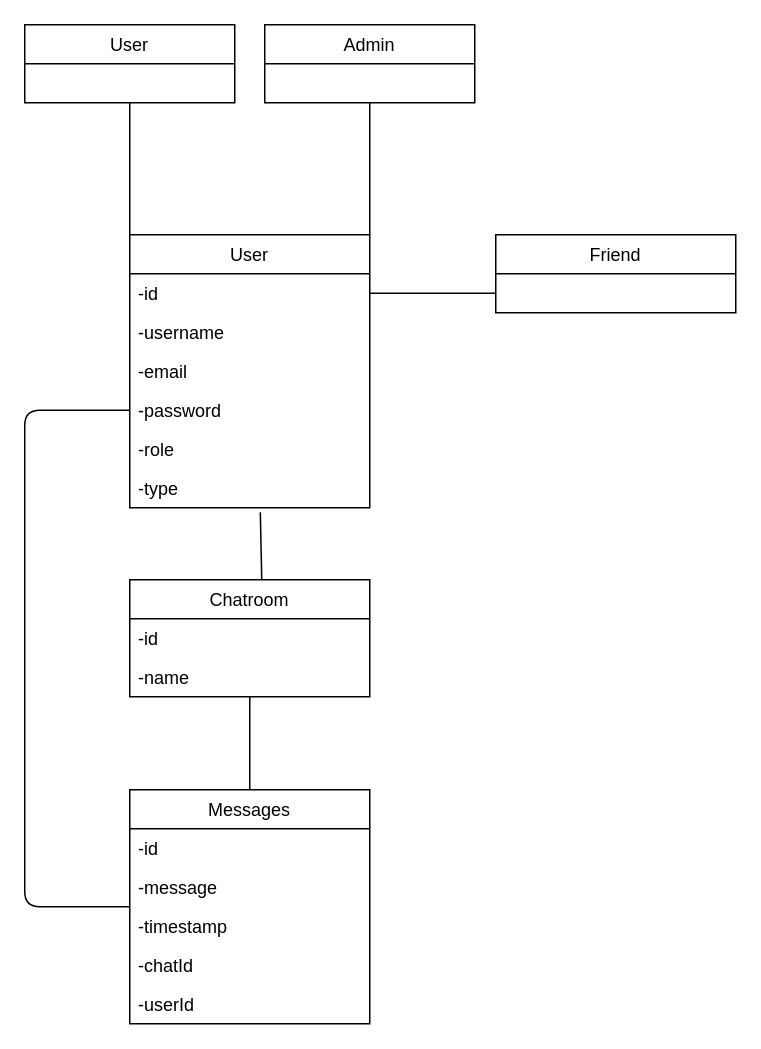
Above: FlowFireHub.drawio in nickkisbye/dat18a-hop (draw.io), before the change. Source tidied: cells renumbered, new cells numbered last; positions are measured from the earlier drawing's top-left corner, leaving out a move shared by most shapes. Both pictures are drawn from the tidied source at 150%, with x=0, y=0 at pixel (24, 24).
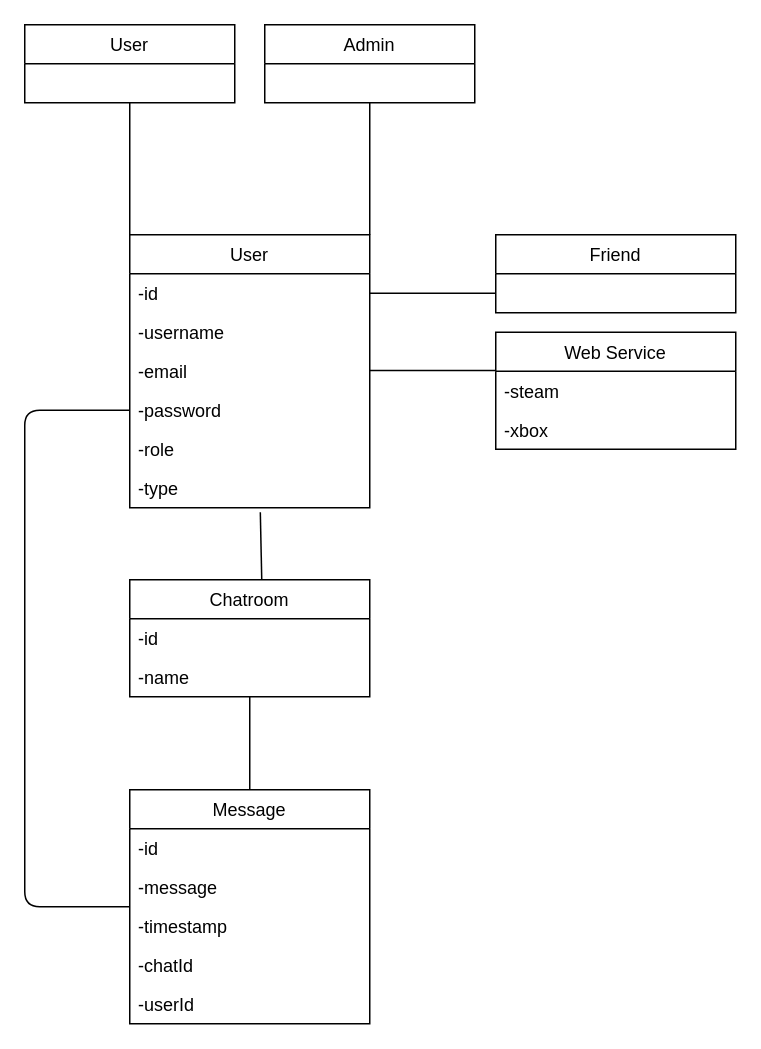
Above is the later version.

Change to the diagram source:
```diff
@@
-    <mxCell id="19" value="Messages" style="swimlane;fontStyle=0;horizontal=1;startSize=26;fillColor=none;" parent="1" vertex="1">
+    <mxCell id="19" value="Message" style="swimlane;fontStyle=0;horizontal=1;startSize=26;fillColor=none;" parent="1" vertex="1">
       <mxGeometry x="70" y="510" width="160" height="156" as="geometry" />
     </mxCell>
@@
+    <mxCell id="27" value="Web Service" style="swimlane;fontStyle=0;horizontal=1;startSize=26;fillColor=none;" parent="1" vertex="1">
+      <mxGeometry x="314" y="205" width="160" height="78" as="geometry" />
+    </mxCell>
+    <mxCell id="28" value="-steam" style="text;strokeColor=none;fillColor=none;align=left;verticalAlign=top;spacingLeft=4;spacingRight=4;overflow=hidden;" parent="27" vertex="1">
+      <mxGeometry y="26" width="160" height="26" as="geometry" />
+    </mxCell>
+    <mxCell id="29" value="-xbox" style="text;strokeColor=none;fillColor=none;align=left;verticalAlign=top;spacingLeft=4;spacingRight=4;overflow=hidden;" parent="27" vertex="1">
+      <mxGeometry y="52" width="160" height="26" as="geometry" />
+    </mxCell>
+    <mxCell id="30" style="endArrow=none;html=1;entryX=0;entryY=0.75;entryDx=0;entryDy=0;exitX=1;exitY=0.5;exitDx=0;exitDy=0;" parent="1" edge="1">
+      <mxGeometry relative="1" as="geometry">
+        <mxPoint x="230" y="230.5" as="sourcePoint" />
+        <mxPoint x="314" y="230.5" as="targetPoint" />
+      </mxGeometry>
+    </mxCell>
```
